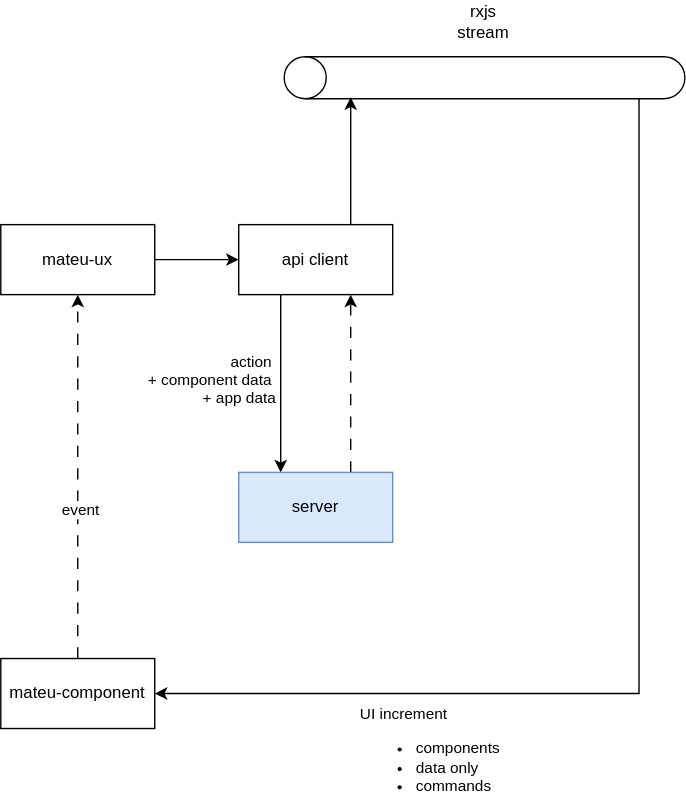
Before: doc/static/images/arch-client-3.svg, a diagram exported from draw.io (miguelperezcolom/mateu). Source tidied: cells renumbered, new cells last; positions are measured from the earlier drawing's top-left corner, leaving out a move shared by most shapes. The source it was exported from:
```xml
<mxGraphModel>
  <root>
    <mxCell id="0" />
    <mxCell id="1" parent="0" />
    <mxCell id="2" style="edgeStyle=orthogonalEdgeStyle;rounded=0;jettySize=auto;html=1;exitX=0.017;exitY=0.695;exitDx=0;exitDy=0;exitPerimeter=0;" parent="1" edge="1" source="4" target="16">
      <mxGeometry relative="1" as="geometry">
        <Array as="points">
          <mxPoint x="456" y="583" />
        </Array>
      </mxGeometry>
    </mxCell>
    <mxCell id="3" value="UI increment&lt;div&gt;&lt;ul&gt;&lt;li&gt;components&lt;/li&gt;&lt;li&gt;data only&lt;/li&gt;&lt;li&gt;commands&lt;/li&gt;&lt;/ul&gt;&lt;/div&gt;" style="edgeLabel;html=1;align=left;verticalAlign=middle;" parent="2" vertex="1">
      <mxGeometry x="0.56" y="1" relative="1" as="geometry">
        <mxPoint x="-36" y="44" as="offset" />
      </mxGeometry>
    </mxCell>
    <mxCell id="4" style="shape=cylinder3;whiteSpace=wrap;html=1;boundedLbl=1;backgroundOutline=1;size=15;rotation=-90;" parent="1" vertex="1">
      <mxGeometry x="330.6" y="-0.1" width="30" height="286.2" as="geometry" />
    </mxCell>
    <mxCell id="5" value="rxjs stream" style="text;html=1;align=center;verticalAlign=middle;whiteSpace=wrap;rounded=0;" parent="1" vertex="1">
      <mxGeometry x="315" y="88" width="60" height="30" as="geometry" />
    </mxCell>
    <mxCell id="6" style="edgeStyle=orthogonalEdgeStyle;rounded=0;jettySize=auto;html=1;" parent="1" edge="1" source="7" target="9">
      <mxGeometry relative="1" as="geometry" />
    </mxCell>
    <mxCell id="7" value="mateu-ux" style="html=1;whiteSpace=wrap;" parent="1" vertex="1">
      <mxGeometry y="248" width="110" height="50" as="geometry" />
    </mxCell>
    <mxCell id="8" style="edgeStyle=orthogonalEdgeStyle;rounded=0;jettySize=auto;html=1;" parent="1" edge="1" source="9" target="11">
      <mxGeometry relative="1" as="geometry">
        <Array as="points">
          <mxPoint x="200" y="328" />
          <mxPoint x="200" y="328" />
        </Array>
      </mxGeometry>
    </mxCell>
    <mxCell id="9" value="api client" style="html=1;whiteSpace=wrap;" parent="1" vertex="1">
      <mxGeometry x="170" y="248" width="110" height="50" as="geometry" />
    </mxCell>
    <mxCell id="10" style="edgeStyle=orthogonalEdgeStyle;rounded=0;jettySize=auto;html=1;dashed=1;dashPattern=8 8;" parent="1" edge="1" source="11" target="9">
      <mxGeometry relative="1" as="geometry">
        <Array as="points">
          <mxPoint x="250" y="328" />
          <mxPoint x="250" y="328" />
        </Array>
      </mxGeometry>
    </mxCell>
    <mxCell id="11" value="server" style="html=1;whiteSpace=wrap;fillColor=#dae8fc;strokeColor=#6c8ebf;" parent="1" vertex="1">
      <mxGeometry x="170" y="425" width="110" height="50" as="geometry" />
    </mxCell>
    <mxCell id="12" style="edgeStyle=orthogonalEdgeStyle;rounded=0;jettySize=auto;html=1;" parent="1" edge="1" source="9">
      <mxGeometry relative="1" as="geometry">
        <mxPoint x="250" y="157" as="targetPoint" />
        <Array as="points">
          <mxPoint x="250" y="158" />
        </Array>
      </mxGeometry>
    </mxCell>
    <mxCell id="13" value="&lt;div style=&quot;&quot;&gt;&lt;span style=&quot;background-color: light-dark(#ffffff, var(--ge-dark-color, #121212)); color: light-dark(rgb(0, 0, 0), rgb(255, 255, 255));&quot;&gt;action&amp;nbsp;&lt;/span&gt;&lt;/div&gt;&lt;div style=&quot;&quot;&gt;+ component data&amp;nbsp;&lt;/div&gt;&lt;div style=&quot;&quot;&gt;+ app data&lt;/div&gt;" style="edgeLabel;html=1;align=right;verticalAlign=middle;" parent="12" vertex="1">
      <mxGeometry x="-0.07" y="1" relative="1" as="geometry">
        <mxPoint x="-52" y="153" as="offset" />
      </mxGeometry>
    </mxCell>
    <mxCell id="14" style="edgeStyle=orthogonalEdgeStyle;rounded=0;jettySize=auto;html=1;dashed=1;dashPattern=8 8;" parent="1" edge="1" source="16" target="7">
      <mxGeometry relative="1" as="geometry" />
    </mxCell>
    <mxCell id="15" value="event" style="edgeLabel;html=1;align=center;verticalAlign=middle;" parent="14" vertex="1">
      <mxGeometry x="-0.17" y="-1" relative="1" as="geometry" />
    </mxCell>
    <mxCell id="16" value="mateu-component" style="html=1;whiteSpace=wrap;" parent="1" vertex="1">
      <mxGeometry y="558" width="110" height="50" as="geometry" />
    </mxCell>
  </root>
</mxGraphModel>
```
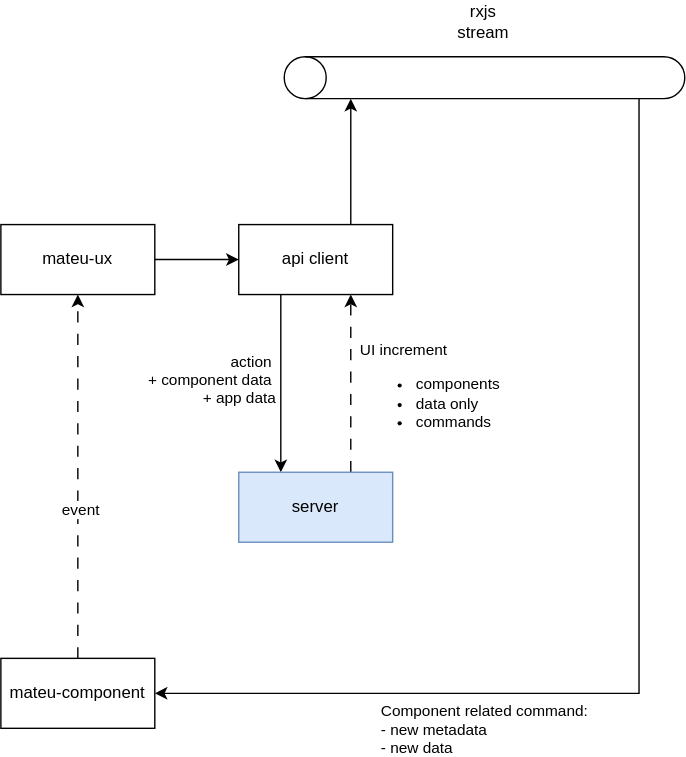
The same file after the commit.

Diff of the diagram source:
```diff
@@ -11,7 +11,7 @@
     </mxCell>
     <mxCell id="3" value="UI increment&lt;div&gt;&lt;ul&gt;&lt;li&gt;components&lt;/li&gt;&lt;li&gt;data only&lt;/li&gt;&lt;li&gt;commands&lt;/li&gt;&lt;/ul&gt;&lt;/div&gt;" style="edgeLabel;html=1;align=left;verticalAlign=middle;" parent="2" vertex="1">
       <mxGeometry x="0.56" y="1" relative="1" as="geometry">
-        <mxPoint x="-36" y="44" as="offset" />
+        <mxPoint x="-36" y="-216" as="offset" />
       </mxGeometry>
     </mxCell>
     <mxCell id="4" style="shape=cylinder3;whiteSpace=wrap;html=1;boundedLbl=1;backgroundOutline=1;size=15;rotation=-90;" parent="1" vertex="1">
@@ -70,5 +70,8 @@
     <mxCell id="16" value="mateu-component" style="html=1;whiteSpace=wrap;" parent="1" vertex="1">
       <mxGeometry y="558" width="110" height="50" as="geometry" />
     </mxCell>
+    <mxCell id="17" value="Component related command:&lt;div&gt;- new metadata&lt;/div&gt;&lt;div&gt;- new data&lt;/div&gt;" style="edgeLabel;html=1;align=left;verticalAlign=middle;" parent="1" vertex="1">
+      <mxGeometry x="270" y="608" as="geometry" />
+    </mxCell>
   </root>
 </mxGraphModel>
```
